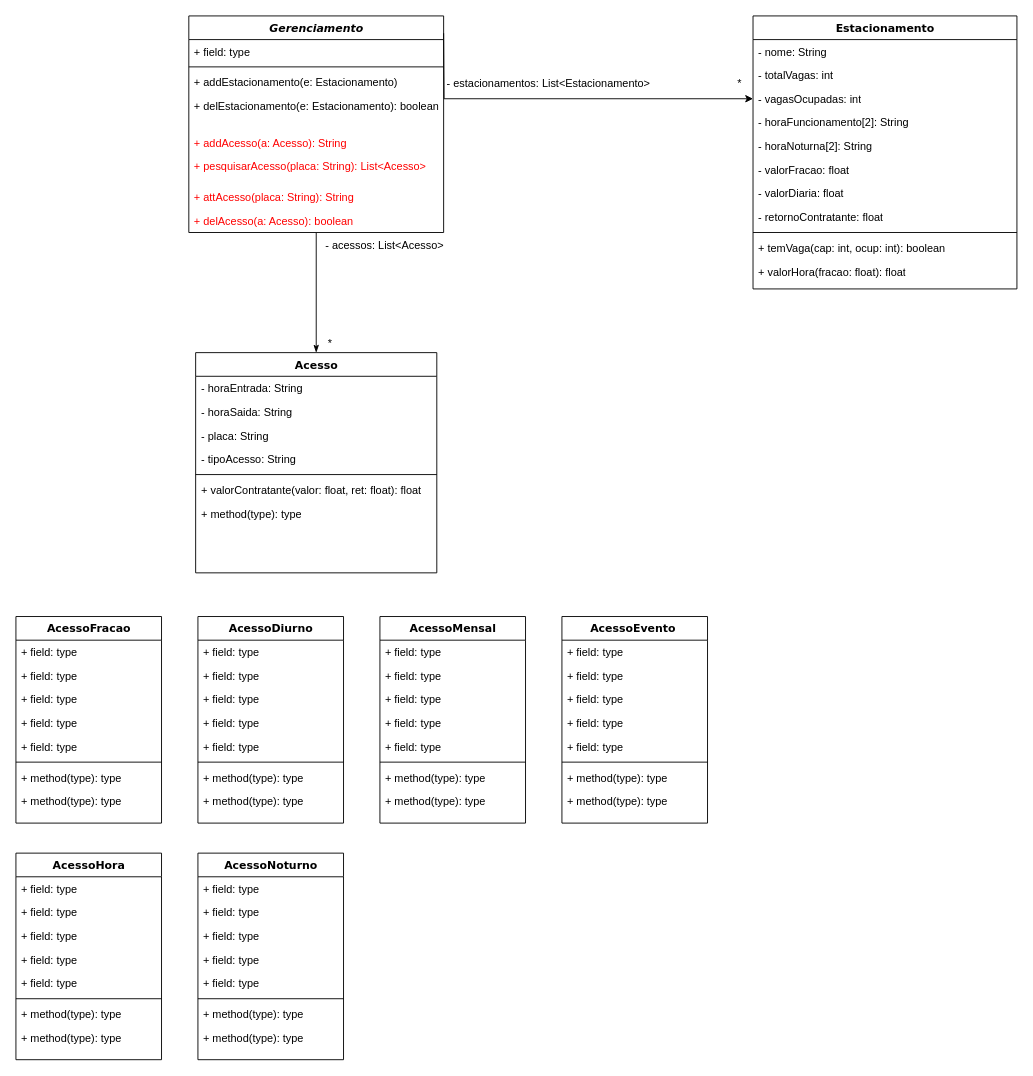
The draw.io diagram Entrega 1.drawio in FabricioDeQueiroz/Trabalho-OO, before the edit. Source tidied: cells renumbered, new cells numbered last; positions are measured from the earlier drawing's top-left corner, leaving out a move shared by most shapes. Both pictures are drawn from the tidied source at 91%, with x=0, y=0 at pixel (15, 15).
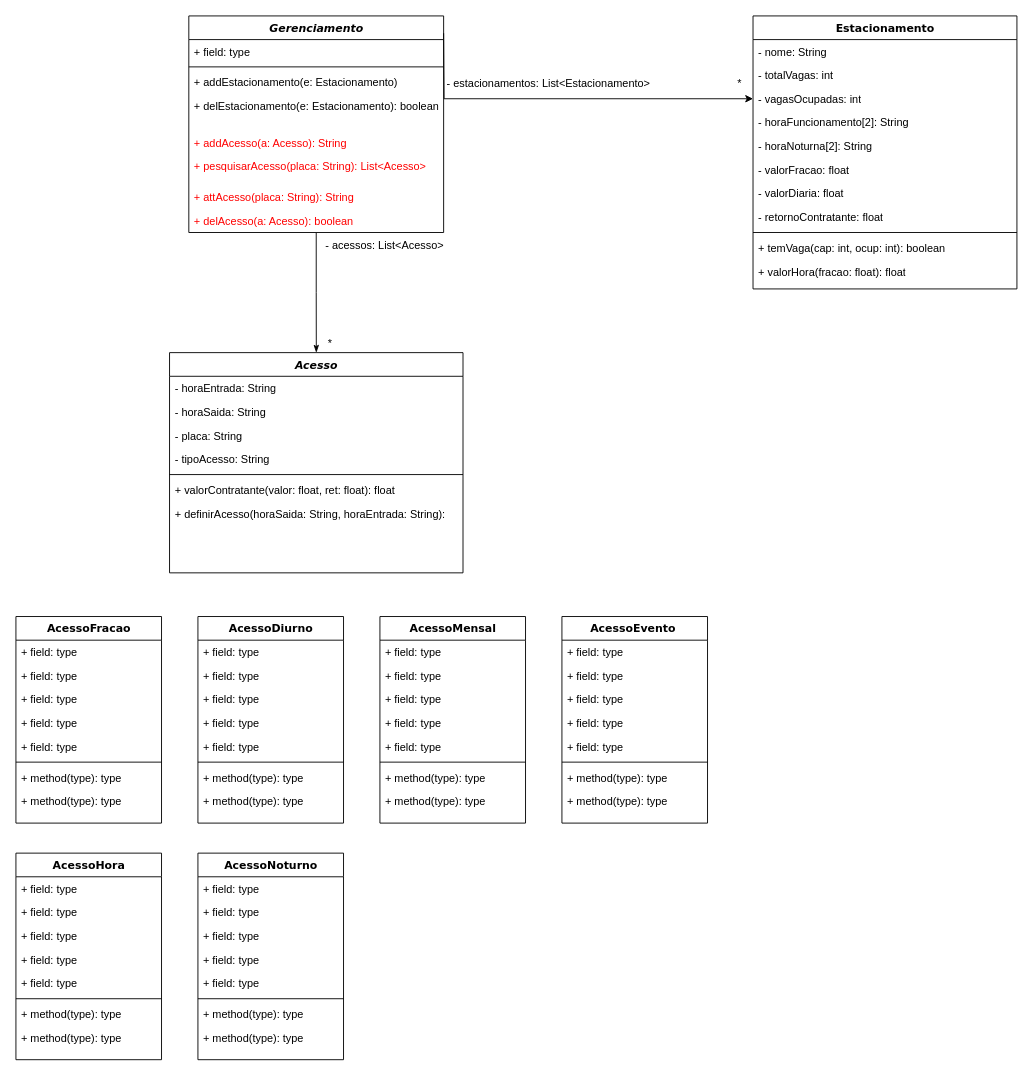
After the change.

Diff of the diagram source:
```diff
@@
-    <mxCell id="25" value="Acesso" style="swimlane;html=1;fontStyle=1;align=center;verticalAlign=top;horizontal=1;startSize=26;swimlaneFillColor=#ffffff;rounded=0;shadow=0;comic=0;labelBackgroundColor=none;strokeWidth=1;fillColor=none;fontFamily=Verdana;fontSize=12;" parent="1" vertex="1">
-      <mxGeometry x="197.5" y="370" width="265" height="242" as="geometry" />
+    <mxCell id="25" value="&lt;i&gt;Acesso&lt;/i&gt;" style="swimlane;html=1;fontStyle=1;align=center;verticalAlign=top;horizontal=1;startSize=26;swimlaneFillColor=#ffffff;rounded=0;shadow=0;comic=0;labelBackgroundColor=none;strokeWidth=1;fillColor=none;fontFamily=Verdana;fontSize=12;" parent="1" vertex="1">
+      <mxGeometry x="168.8" y="370" width="322.5" height="242" as="geometry" />
     </mxCell>
     <mxCell id="26" value="- horaEntrada: String" style="text;html=1;strokeColor=none;fillColor=none;align=left;verticalAlign=top;spacingLeft=4;spacingRight=4;whiteSpace=wrap;overflow=hidden;" parent="25" vertex="1">
-      <mxGeometry y="26" width="265" height="26" as="geometry" />
+      <mxGeometry y="26" width="322.5" height="26" as="geometry" />
     </mxCell>
     <mxCell id="27" value="- horaSaida: String" style="text;html=1;strokeColor=none;fillColor=none;align=left;verticalAlign=top;spacingLeft=4;spacingRight=4;whiteSpace=wrap;overflow=hidden;" parent="25" vertex="1">
-      <mxGeometry y="52" width="265" height="26" as="geometry" />
+      <mxGeometry y="52" width="322.5" height="26" as="geometry" />
     </mxCell>
     <mxCell id="28" value="- placa: String" style="text;html=1;strokeColor=none;fillColor=none;align=left;verticalAlign=top;spacingLeft=4;spacingRight=4;whiteSpace=wrap;overflow=hidden;" parent="25" vertex="1">
-      <mxGeometry y="78" width="265" height="26" as="geometry" />
+      <mxGeometry y="78" width="322.5" height="26" as="geometry" />
     </mxCell>
     <mxCell id="29" value="- tipoAcesso: String&amp;nbsp;" style="text;html=1;strokeColor=none;fillColor=none;align=left;verticalAlign=top;spacingLeft=4;spacingRight=4;whiteSpace=wrap;overflow=hidden;" parent="25" vertex="1">
-      <mxGeometry y="104" width="265" height="26" as="geometry" />
+      <mxGeometry y="104" width="322.5" height="26" as="geometry" />
     </mxCell>
     <mxCell id="30" style="line;html=1;strokeWidth=1;fillColor=none;align=left;verticalAlign=middle;spacingTop=-1;spacingLeft=3;spacingRight=3;labelPosition=right;" parent="25" vertex="1">
-      <mxGeometry y="130" width="265" height="8" as="geometry" />
+      <mxGeometry y="130" width="322.5" height="8" as="geometry" />
     </mxCell>
     <mxCell id="31" value="+ valorContratante(valor: float, ret: float): float&amp;nbsp;" style="text;html=1;strokeColor=none;fillColor=none;align=left;verticalAlign=top;spacingLeft=4;spacingRight=4;whiteSpace=wrap;overflow=hidden;" parent="25" vertex="1">
-      <mxGeometry y="138" width="265" height="26" as="geometry" />
+      <mxGeometry y="138" width="322.5" height="26" as="geometry" />
     </mxCell>
-    <mxCell id="32" value="+ method(type): type" style="text;html=1;strokeColor=none;fillColor=none;align=left;verticalAlign=top;spacingLeft=4;spacingRight=4;whiteSpace=wrap;overflow=hidden;" parent="25" vertex="1">
-      <mxGeometry y="164" width="265" height="26" as="geometry" />
+    <mxCell id="32" value="+ definirAcesso(horaSaida: String, horaEntrada: String):&amp;nbsp;" style="text;html=1;strokeColor=none;fillColor=none;align=left;verticalAlign=top;spacingLeft=4;spacingRight=4;whiteSpace=wrap;overflow=hidden;" parent="25" vertex="1">
+      <mxGeometry y="164" width="322.5" height="26" as="geometry" />
     </mxCell>
```
